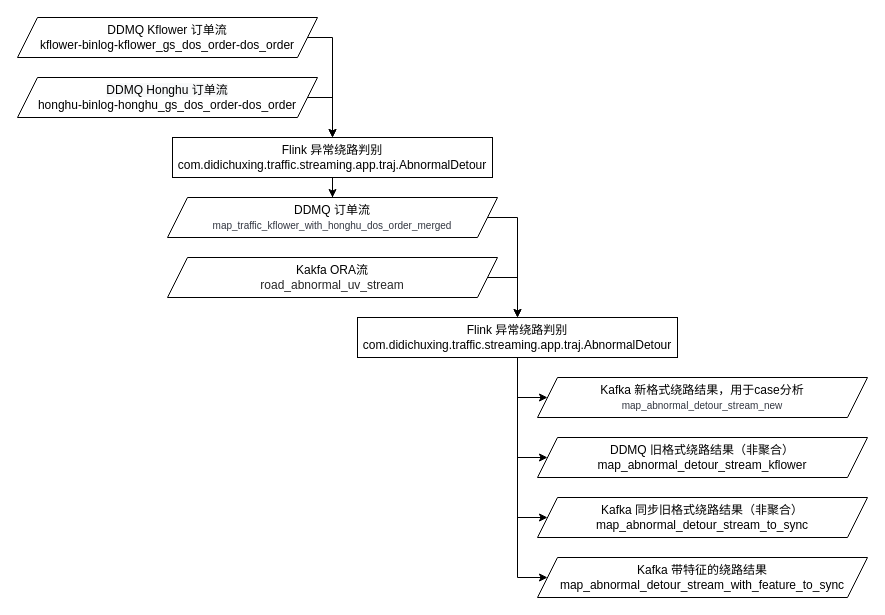
Above: 未命名绘图.drawio in MaverickZwt/hangzhou_house_knowledge (draw.io), before the change. Source tidied: cells renumbered, new cells numbered last; positions are measured from the earlier drawing's top-left corner, leaving out a move shared by most shapes. Both pictures are drawn from the tidied source at 100%, with x=0, y=0 at pixel (17, 17).
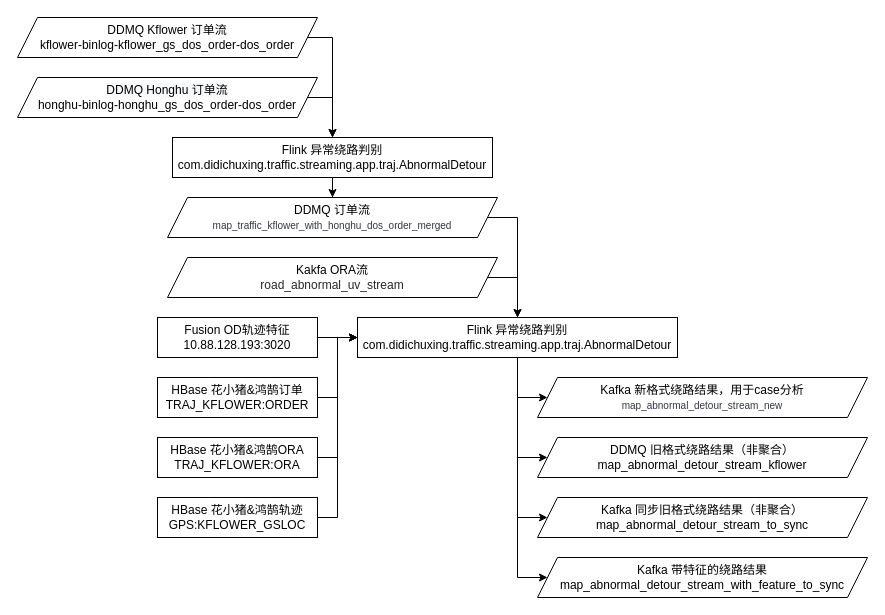
Above is the later version.

Unchanged cells that the change refers to:
```xml
<mxCell id="10" value="Flink 异常绕路判别&lt;br&gt;com.didichuxing.traffic.streaming.app.traj.AbnormalDetour" style="rounded=0;whiteSpace=wrap;html=1;fontSize=12;" parent="1" vertex="1">
  <mxGeometry x="340" y="300" width="320" height="40" as="geometry" />
</mxCell>
```

What changed in the source:
```diff
@@
+    <mxCell id="21" style="edgeStyle=orthogonalEdgeStyle;rounded=0;jettySize=auto;html=1;entryX=0;entryY=0.5;entryDx=0;entryDy=0;fontFamily=Helvetica;fontSize=12;" parent="1" edge="1" source="22" target="10">
+      <mxGeometry relative="1" as="geometry" />
+    </mxCell>
+    <mxCell id="22" value="Fusion OD轨迹特征&lt;br&gt;10.88.128.193:3020" style="rounded=0;whiteSpace=wrap;html=1;fontFamily=Helvetica;fontSize=12;" parent="1" vertex="1">
+      <mxGeometry x="140" y="300" width="160" height="40" as="geometry" />
+    </mxCell>
+    <mxCell id="23" style="edgeStyle=orthogonalEdgeStyle;rounded=0;jettySize=auto;html=1;fontFamily=Helvetica;fontSize=12;" parent="1" edge="1" source="24">
+      <mxGeometry relative="1" as="geometry">
+        <mxPoint x="340" y="320" as="targetPoint" />
+        <Array as="points">
+          <mxPoint x="320" y="380" />
+          <mxPoint x="320" y="320" />
+        </Array>
+      </mxGeometry>
+    </mxCell>
+    <mxCell id="24" value="HBase 花小猪&amp;amp;鸿鹄订单&lt;br&gt;TRAJ_KFLOWER:ORDER" style="rounded=0;whiteSpace=wrap;html=1;fontFamily=Helvetica;fontSize=12;" parent="1" vertex="1">
+      <mxGeometry x="140" y="360" width="160" height="40" as="geometry" />
+    </mxCell>
+    <mxCell id="25" style="edgeStyle=orthogonalEdgeStyle;rounded=0;jettySize=auto;html=1;fontFamily=Helvetica;fontSize=12;" parent="1" edge="1" source="26">
+      <mxGeometry relative="1" as="geometry">
+        <mxPoint x="340" y="320" as="targetPoint" />
+        <Array as="points">
+          <mxPoint x="320" y="440" />
+          <mxPoint x="320" y="320" />
+        </Array>
+      </mxGeometry>
+    </mxCell>
+    <mxCell id="26" value="HBase 花小猪&amp;amp;鸿鹄ORA&lt;br&gt;TRAJ_KFLOWER:ORA" style="rounded=0;whiteSpace=wrap;html=1;fontFamily=Helvetica;fontSize=12;" parent="1" vertex="1">
+      <mxGeometry x="140" y="420" width="160" height="40" as="geometry" />
+    </mxCell>
+    <mxCell id="27" style="edgeStyle=orthogonalEdgeStyle;rounded=0;jettySize=auto;html=1;entryX=0;entryY=0.5;entryDx=0;entryDy=0;fontFamily=Helvetica;fontSize=12;" parent="1" edge="1" source="28" target="10">
+      <mxGeometry relative="1" as="geometry" />
+    </mxCell>
+    <mxCell id="28" value="HBase 花小猪&amp;amp;鸿鹄轨迹&lt;br&gt;GPS:KFLOWER_GSLOC" style="rounded=0;whiteSpace=wrap;html=1;fontFamily=Helvetica;fontSize=12;" parent="1" vertex="1">
+      <mxGeometry x="140" y="480" width="160" height="40" as="geometry" />
+    </mxCell>
```
